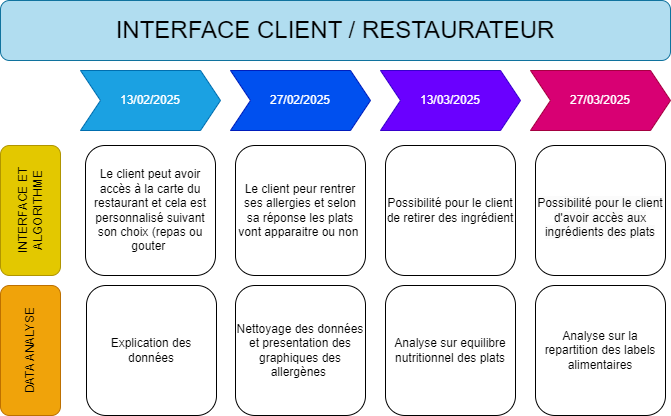
Ismael-madou/Interface-restauration keeps this draw.io diagram as docs/Road_map.png. Above is the earlier version. Source tidied: cells renumbered, new cells last; positions are measured from the earlier drawing's top-left corner, leaving out a move shared by most shapes. The source it was exported from:
```xml
<mxGraphModel>
  <root>
    <mxCell id="0" />
    <mxCell id="1" parent="0" />
    <mxCell id="2" value="27/03/2025" style="shape=step;perimeter=stepPerimeter;whiteSpace=wrap;html=1;fixedSize=1;fillColor=#d80073;fontColor=#ffffff;strokeColor=#A50040;" parent="1" vertex="1">
      <mxGeometry x="565" y="70" width="140" height="60" as="geometry" />
    </mxCell>
    <mxCell id="3" value="13/02/2025" style="shape=step;perimeter=stepPerimeter;whiteSpace=wrap;html=1;fixedSize=1;fillColor=#1ba1e2;strokeColor=#006EAF;fontColor=#ffffff;" parent="1" vertex="1">
      <mxGeometry x="115" y="70" width="140" height="60" as="geometry" />
    </mxCell>
    <mxCell id="4" value="27/02/2025" style="shape=step;perimeter=stepPerimeter;whiteSpace=wrap;html=1;fixedSize=1;fillColor=#0050ef;fontColor=#ffffff;strokeColor=#001DBC;" parent="1" vertex="1">
      <mxGeometry x="265" y="70" width="140" height="60" as="geometry" />
    </mxCell>
    <mxCell id="5" value="13/03/2025" style="shape=step;perimeter=stepPerimeter;whiteSpace=wrap;html=1;fixedSize=1;fillColor=#6a00ff;fontColor=#ffffff;strokeColor=#3700CC;" parent="1" vertex="1">
      <mxGeometry x="415" y="70" width="140" height="60" as="geometry" />
    </mxCell>
    <mxCell id="6" value="INTERFACE ET ALGORITHME" style="rounded=1;whiteSpace=wrap;html=1;rotation=-90;fillColor=#e3c800;fontColor=#000000;strokeColor=#B09500;" parent="1" vertex="1">
      <mxGeometry y="180" width="130" height="60" as="geometry" />
    </mxCell>
    <mxCell id="7" value="DATA ANALYSE" style="rounded=1;whiteSpace=wrap;html=1;rotation=-90;fillColor=#f0a30a;fontColor=#000000;strokeColor=#BD7000;" parent="1" vertex="1">
      <mxGeometry y="320" width="130" height="60" as="geometry" />
    </mxCell>
    <mxCell id="8" value="Le client peut avoir accès à la carte du restaurant et cela est personnalisé suivant son choix (repas ou gouter&amp;nbsp;" style="rounded=1;whiteSpace=wrap;html=1;" parent="1" vertex="1">
      <mxGeometry x="120" y="145" width="130" height="130" as="geometry" />
    </mxCell>
    <mxCell id="9" value="Le client peur rentrer ses allergies et selon sa réponse les plats vont apparaitre ou non&amp;nbsp;" style="rounded=1;whiteSpace=wrap;html=1;" parent="1" vertex="1">
      <mxGeometry x="270" y="145" width="130" height="130" as="geometry" />
    </mxCell>
    <mxCell id="10" value="Possibilité pour le client de retirer des ingrédient" style="rounded=1;whiteSpace=wrap;html=1;" parent="1" vertex="1">
      <mxGeometry x="420" y="145" width="130" height="130" as="geometry" />
    </mxCell>
    <mxCell id="11" value="&lt;br&gt;&lt;span style=&quot;float: none; display: inline !important; color: rgb(0, 0, 0); background-color: rgb(251, 251, 251);&quot;&gt;Possibilité pour le client d'avoir accès aux ingrédients des plats&lt;/span&gt;" style="rounded=1;whiteSpace=wrap;html=1;" parent="1" vertex="1">
      <mxGeometry x="570" y="145" width="130" height="130" as="geometry" />
    </mxCell>
    <mxCell id="12" value="Analyse sur equilibre nutritionnel des plats" style="rounded=1;whiteSpace=wrap;html=1;" parent="1" vertex="1">
      <mxGeometry x="420" y="285" width="130" height="130" as="geometry" />
    </mxCell>
    <mxCell id="13" value="Nettoyage des données&lt;div&gt;et presentation des graphiques des allergènes&amp;nbsp;&lt;/div&gt;" style="rounded=1;whiteSpace=wrap;html=1;" parent="1" vertex="1">
      <mxGeometry x="270" y="285" width="130" height="130" as="geometry" />
    </mxCell>
    <mxCell id="14" value="Explication des données" style="rounded=1;whiteSpace=wrap;html=1;" parent="1" vertex="1">
      <mxGeometry x="121" y="285" width="130" height="130" as="geometry" />
    </mxCell>
    <mxCell id="15" value="Analyse sur la repartition des labels alimentaires" style="rounded=1;whiteSpace=wrap;html=1;" parent="1" vertex="1">
      <mxGeometry x="570" y="285" width="130" height="130" as="geometry" />
    </mxCell>
    <mxCell id="16" value="&lt;font style=&quot;font-size: 24px;&quot;&gt;INTERFACE CLIENT / RESTAURATEUR&lt;/font&gt;" style="rounded=1;whiteSpace=wrap;html=1;fillColor=#b1ddf0;strokeColor=#10739e;" parent="1" vertex="1">
      <mxGeometry x="35" width="670" height="60" as="geometry" />
    </mxCell>
  </root>
</mxGraphModel>
```
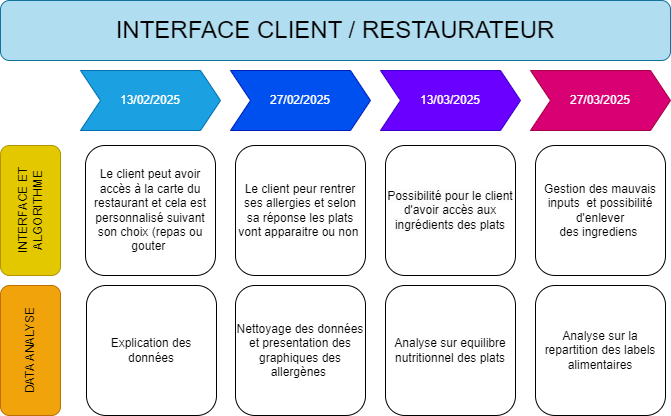
The same diagram one commit later.

Change to the diagram source:
```diff
@@ -26,10 +26,10 @@
     <mxCell id="9" value="Le client peur rentrer ses allergies et selon sa réponse les plats vont apparaitre ou non&amp;nbsp;" style="rounded=1;whiteSpace=wrap;html=1;" parent="1" vertex="1">
       <mxGeometry x="270" y="145" width="130" height="130" as="geometry" />
     </mxCell>
-    <mxCell id="10" value="Possibilité pour le client de retirer des ingrédient" style="rounded=1;whiteSpace=wrap;html=1;" parent="1" vertex="1">
+    <mxCell id="10" value="&#10;&lt;br style=&quot;forced-color-adjust: none; color: rgb(0, 0, 0); font-family: Helvetica; font-size: 12px; font-style: normal; font-variant-ligatures: normal; font-variant-caps: normal; font-weight: 400; letter-spacing: normal; orphans: 2; text-align: center; text-indent: 0px; text-transform: none; widows: 2; word-spacing: 0px; -webkit-text-stroke-width: 0px; white-space: normal; background-color: rgb(251, 251, 251); text-decoration-thickness: initial; text-decoration-style: initial; text-decoration-color: initial;&quot;&gt;&lt;span style=&quot;forced-color-adjust: none; color: rgb(0, 0, 0); font-family: Helvetica; font-size: 12px; font-style: normal; font-variant-ligatures: normal; font-variant-caps: normal; font-weight: 400; letter-spacing: normal; orphans: 2; text-align: center; text-indent: 0px; text-transform: none; widows: 2; word-spacing: 0px; -webkit-text-stroke-width: 0px; white-space: normal; text-decoration-thickness: initial; text-decoration-style: initial; text-decoration-color: initial; float: none; background-color: rgb(251, 251, 251); display: inline !important;&quot;&gt;Possibilité pour le client d'avoir accès aux ingrédients des plats&lt;/span&gt;&#10;&#10;" style="rounded=1;whiteSpace=wrap;html=1;" parent="1" vertex="1">
       <mxGeometry x="420" y="145" width="130" height="130" as="geometry" />
     </mxCell>
-    <mxCell id="11" value="&lt;br&gt;&lt;span style=&quot;float: none; display: inline !important; color: rgb(0, 0, 0); background-color: rgb(251, 251, 251);&quot;&gt;Possibilité pour le client d'avoir accès aux ingrédients des plats&lt;/span&gt;" style="rounded=1;whiteSpace=wrap;html=1;" parent="1" vertex="1">
+    <mxCell id="11" value="Gestion des mauvais inputs&amp;nbsp; et possibilité d'enlever des&lt;span style=&quot;background-color: transparent; color: light-dark(rgb(0, 0, 0), rgb(255, 255, 255));&quot;&gt;&amp;nbsp;ingrediens&amp;nbsp;&lt;/span&gt;" style="rounded=1;whiteSpace=wrap;html=1;" parent="1" vertex="1">
       <mxGeometry x="570" y="145" width="130" height="130" as="geometry" />
     </mxCell>
     <mxCell id="12" value="Analyse sur equilibre nutritionnel des plats" style="rounded=1;whiteSpace=wrap;html=1;" parent="1" vertex="1">
```
